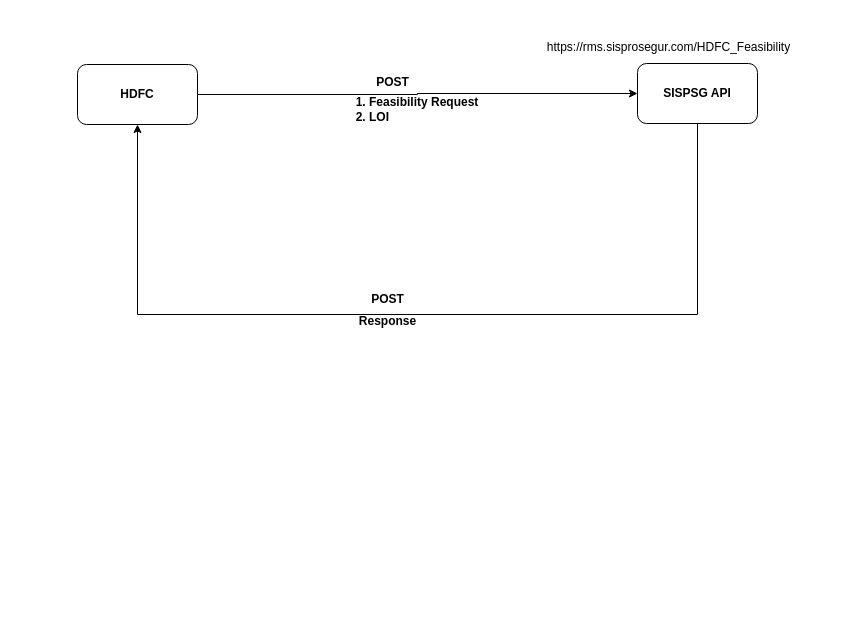
ubermachine/Drawio keeps this draw.io diagram as Hdfc.drawio. Above is the earlier version. Source tidied: cells renumbered, new cells numbered last; positions are measured from the earlier drawing's top-left corner, leaving out a move shared by most shapes. Both pictures are drawn from the tidied source at 100%, with x=0, y=0 at pixel (77, 32).
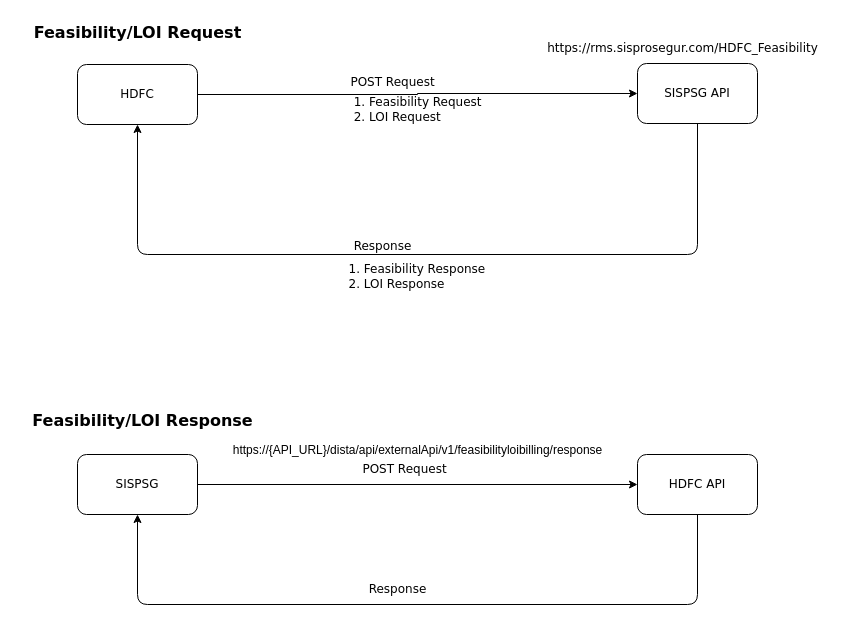
After the change.

Diff of the diagram source:
```diff
@@
-    <mxCell id="2" style="edgeStyle=orthogonalEdgeStyle;rounded=0;jettySize=auto;html=1;" parent="1" edge="1" source="3" target="5">
+    <mxCell id="2" style="edgeStyle=orthogonalEdgeStyle;rounded=0;jettySize=auto;html=1;fontFamily=Verdana;fontStyle=0;" parent="1" edge="1" source="3" target="5">
       <mxGeometry relative="1" as="geometry" />
     </mxCell>
-    <mxCell id="3" value="HDFC" style="rounded=1;whiteSpace=wrap;html=1;fontStyle=1;" parent="1" vertex="1">
+    <mxCell id="3" value="HDFC" style="rounded=1;whiteSpace=wrap;html=1;fontStyle=0;fontFamily=Verdana;" parent="1" vertex="1">
       <mxGeometry y="32" width="120" height="60" as="geometry" />
     </mxCell>
-    <mxCell id="4" style="edgeStyle=orthogonalEdgeStyle;rounded=0;jettySize=auto;html=1;exitX=0.5;exitY=1;exitDx=0;exitDy=0;entryX=0.5;entryY=1;entryDx=0;entryDy=0;" parent="1" edge="1" source="5" target="3">
+    <mxCell id="4" style="edgeStyle=orthogonalEdgeStyle;rounded=1;jettySize=auto;html=1;exitX=0.5;exitY=1;exitDx=0;exitDy=0;entryX=0.5;entryY=1;entryDx=0;entryDy=0;fontFamily=Verdana;fontStyle=0;curved=0;" parent="1" edge="1" source="5" target="3">
       <mxGeometry relative="1" as="geometry">
         <Array as="points">
-          <mxPoint x="620" y="282" />
-          <mxPoint x="60" y="282" />
+          <mxPoint x="620" y="222" />
+          <mxPoint x="60" y="222" />
         </Array>
       </mxGeometry>
     </mxCell>
-    <mxCell id="5" value="SISPSG API" style="whiteSpace=wrap;html=1;rounded=1;fontStyle=1;" parent="1" vertex="1">
+    <mxCell id="5" value="SISPSG API" style="whiteSpace=wrap;html=1;rounded=1;fontStyle=0;fontFamily=Verdana;" parent="1" vertex="1">
       <mxGeometry x="560" y="31" width="120" height="60" as="geometry" />
     </mxCell>
-    <mxCell id="6" value="&lt;div align=&quot;left&quot;&gt;&lt;ol&gt;&lt;li&gt;Feasibility Request&lt;/li&gt;&lt;li&gt;LOI&lt;/li&gt;&lt;/ol&gt;&lt;/div&gt;" style="text;html=1;align=left;verticalAlign=middle;strokeColor=none;fillColor=none;fontStyle=1;" parent="1" vertex="1">
-      <mxGeometry x="250" y="42" width="170" height="70" as="geometry" />
+    <mxCell id="6" value="&lt;div align=&quot;left&quot;&gt;&lt;ol&gt;&lt;li&gt;Feasibility Request&lt;/li&gt;&lt;li&gt;LOI Request&lt;br&gt;&lt;/li&gt;&lt;/ol&gt;&lt;/div&gt;" style="text;html=1;align=left;verticalAlign=middle;strokeColor=none;fillColor=none;fontStyle=0;fontFamily=Verdana;" parent="1" vertex="1">
+      <mxGeometry x="250" y="42" width="180" height="70" as="geometry" />
     </mxCell>
-    <mxCell id="7" value="Response" style="text;html=1;align=center;verticalAlign=middle;strokeColor=none;fillColor=none;fontStyle=1;" parent="1" vertex="1">
-      <mxGeometry x="270" y="274" width="80" height="30" as="geometry" />
+    <mxCell id="7" value="&lt;div align=&quot;left&quot;&gt;&lt;ol&gt;&lt;li&gt;Feasibility Response&lt;/li&gt;&lt;li&gt;LOI Response&lt;/li&gt;&lt;/ol&gt;&lt;/div&gt;" style="text;html=1;align=center;verticalAlign=middle;strokeColor=none;fillColor=none;fontStyle=0;fontFamily=Verdana;" parent="1" vertex="1">
+      <mxGeometry x="232" y="209" width="190" height="70" as="geometry" />
     </mxCell>
-    <mxCell id="8" value="POST" style="text;html=1;align=center;verticalAlign=middle;strokeColor=none;fillColor=none;fontStyle=1;" parent="1" vertex="1">
-      <mxGeometry x="285" y="35" width="60" height="30" as="geometry" />
+    <mxCell id="8" value="POST Request" style="text;html=1;align=center;verticalAlign=middle;strokeColor=none;fillColor=none;fontStyle=0;fontFamily=Verdana;" parent="1" vertex="1">
+      <mxGeometry x="260" y="35" width="110" height="30" as="geometry" />
     </mxCell>
-    <mxCell id="9" value="POST" style="text;html=1;align=center;verticalAlign=middle;strokeColor=none;fillColor=none;fontStyle=1;" parent="1" vertex="1">
-      <mxGeometry x="280" y="252" width="60" height="30" as="geometry" />
+    <mxCell id="9" value="Response" style="text;html=1;align=center;verticalAlign=middle;strokeColor=none;fillColor=none;fontStyle=0;fontFamily=Verdana;" parent="1" vertex="1">
+      <mxGeometry x="260" y="199" width="90" height="30" as="geometry" />
     </mxCell>
-    <mxCell id="10" value="https://rms.sisprosegur.com/HDFC_Feasibility" style="text;html=1;align=center;verticalAlign=middle;strokeColor=none;fillColor=none;" parent="1" vertex="1">
-      <mxGeometry x="456" width="270" height="30" as="geometry" />
+    <mxCell id="10" value="https://rms.sisprosegur.com/HDFC_Feasibility" style="text;html=1;align=center;verticalAlign=middle;strokeColor=none;fillColor=none;fontFamily=Verdana;fontStyle=0;" parent="1" vertex="1">
+      <mxGeometry x="450" y="1" width="310" height="30" as="geometry" />
     </mxCell>
+    <mxCell id="11" value="Feasibility/LOI Request" style="text;html=1;align=center;verticalAlign=middle;strokeColor=none;fillColor=none;fontStyle=1;fontSize=16;fontFamily=Verdana;" parent="1" vertex="1">
+      <mxGeometry x="-60" y="-15" width="240" height="30" as="geometry" />
+    </mxCell>
+    <mxCell id="12" value="Feasibility/LOI Response" style="text;html=1;align=center;verticalAlign=middle;strokeColor=none;fillColor=none;fontStyle=1;fontSize=16;fontFamily=Verdana;" parent="1" vertex="1">
+      <mxGeometry x="-60" y="373" width="250" height="30" as="geometry" />
+    </mxCell>
+    <mxCell id="13" style="edgeStyle=orthogonalEdgeStyle;rounded=0;jettySize=auto;html=1;" parent="1" edge="1" source="14" target="16">
+      <mxGeometry relative="1" as="geometry" />
+    </mxCell>
+    <mxCell id="14" value="SISPSG" style="whiteSpace=wrap;html=1;rounded=1;fontStyle=0;fontFamily=Verdana;" parent="1" vertex="1">
+      <mxGeometry y="422" width="120" height="60" as="geometry" />
+    </mxCell>
+    <mxCell id="15" style="edgeStyle=orthogonalEdgeStyle;rounded=1;jettySize=auto;html=1;exitX=0.5;exitY=1;exitDx=0;exitDy=0;entryX=0.5;entryY=1;entryDx=0;entryDy=0;curved=0;" parent="1" edge="1" source="16" target="14">
+      <mxGeometry relative="1" as="geometry">
+        <Array as="points">
+          <mxPoint x="620" y="572" />
+          <mxPoint x="60" y="572" />
+        </Array>
+      </mxGeometry>
+    </mxCell>
+    <mxCell id="16" value="HDFC API" style="whiteSpace=wrap;html=1;fontFamily=Verdana;rounded=1;fontStyle=0;" parent="1" vertex="1">
+      <mxGeometry x="560" y="422" width="120" height="60" as="geometry" />
+    </mxCell>
+    <mxCell id="17" value="POST Request" style="text;html=1;align=center;verticalAlign=middle;strokeColor=none;fillColor=none;fontStyle=0;fontFamily=Verdana;" parent="1" vertex="1">
+      <mxGeometry x="272" y="422" width="110" height="30" as="geometry" />
+    </mxCell>
+    <mxCell id="18" value="Response" style="text;html=1;align=center;verticalAlign=middle;strokeColor=none;fillColor=none;fontStyle=0;fontFamily=Verdana;" parent="1" vertex="1">
+      <mxGeometry x="275" y="542" width="90" height="30" as="geometry" />
+    </mxCell>
+    <mxCell id="19" value=" https://{API_URL}/dista/api/externalApi/v1/feasibilityloibilling/response" style="text;html=1;align=center;verticalAlign=middle;strokeColor=none;fillColor=none;" parent="1" vertex="1">
+      <mxGeometry x="145" y="403" width="390" height="30" as="geometry" />
+    </mxCell>
```
